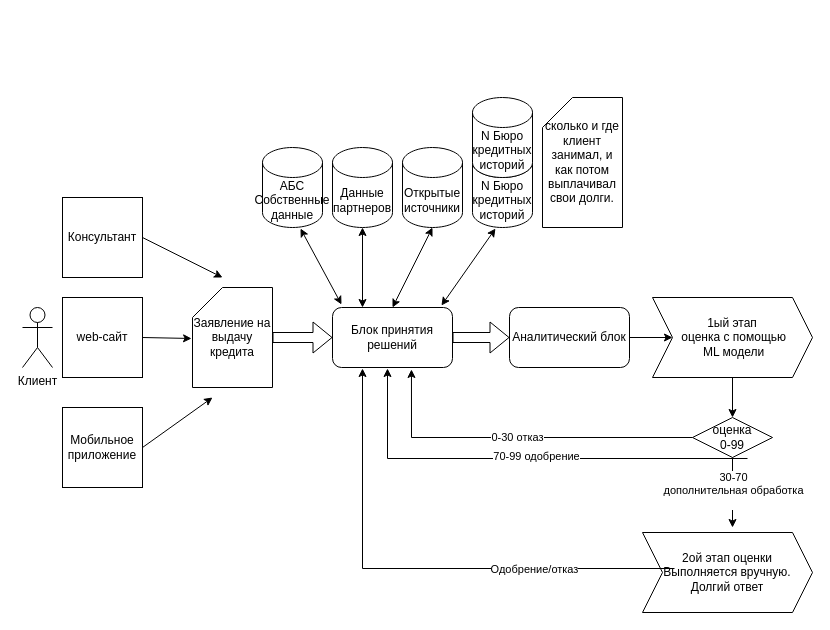
The draw.io diagram Диаграмма без названия.drawio in audetv/skilbox-data-scientist, before the edit. Source tidied: cells renumbered, new cells numbered last; positions are measured from the earlier drawing's top-left corner, leaving out a move shared by most shapes. Both pictures are drawn from the tidied source at 100%, with x=0, y=0 at pixel (22, 97).
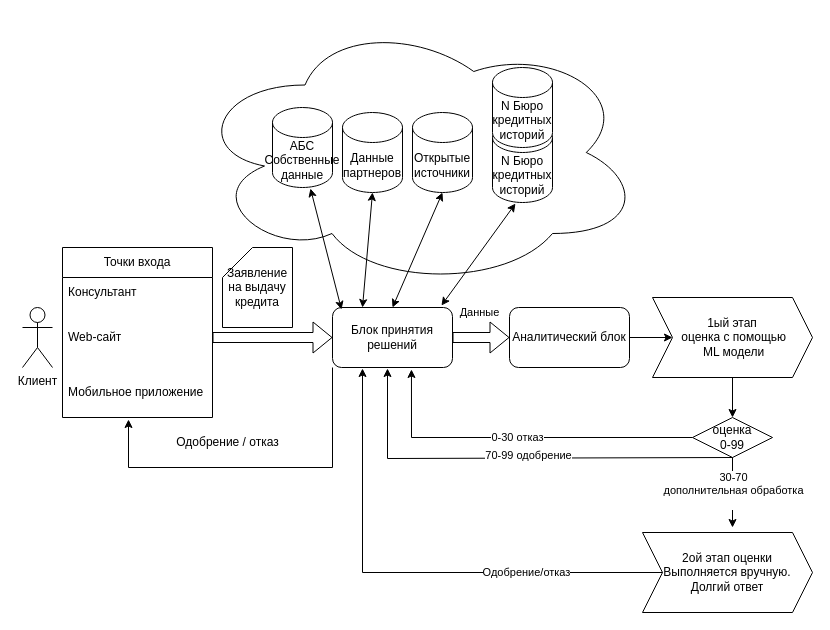
After the change.

Unchanged cells that the change refers to:
```xml
<mxCell id="10" value="Блок принятия решений" style="rounded=1;whiteSpace=wrap;html=1;" parent="1" vertex="1">
  <mxGeometry x="310" y="210" width="120" height="60" as="geometry" />
</mxCell>
<mxCell id="24" style="shape=flexArrow;endArrow=classic;html=1;rounded=0;exitX=1;exitY=0.5;exitDx=0;exitDy=0;entryX=0;entryY=0.5;entryDx=0;entryDy=0;" parent="1" edge="1" source="10" target="23">
  <mxGeometry relative="1" as="geometry" />
</mxCell>
<mxCell id="28" value="2ой этап оценки&lt;div&gt;Выполняется вручную. Долгий ответ&lt;/div&gt;" style="shape=step;perimeter=stepPerimeter;whiteSpace=wrap;html=1;fixedSize=1;" parent="1" vertex="1">
  <mxGeometry x="620" y="435" width="170" height="80" as="geometry" />
</mxCell>
```

What changed in the source:
```diff
@@
-    <mxCell id="2" value="Консультант" style="whiteSpace=wrap;html=1;" parent="1" vertex="1">
-      <mxGeometry x="40" y="100" width="80" height="80" as="geometry" />
-    </mxCell>
-    <mxCell id="3" value="web-сайт" style="whiteSpace=wrap;html=1;" parent="1" vertex="1">
-      <mxGeometry x="40" y="200" width="80" height="80" as="geometry" />
-    </mxCell>
-    <mxCell id="4" value="Мобильное приложение" style="whiteSpace=wrap;html=1;" parent="1" vertex="1">
-      <mxGeometry x="40" y="310" width="80" height="80" as="geometry" />
-    </mxCell>
+    <mxCell id="37" style="ellipse;shape=cloud;whiteSpace=wrap;html=1;" parent="1" vertex="1">
+      <mxGeometry x="170" y="-80" width="450" height="270" as="geometry" />
+    </mxCell>
     <mxCell id="5" value="Заявление на выдачу кредита" style="shape=card;whiteSpace=wrap;html=1;" parent="1" vertex="1">
-      <mxGeometry x="170" y="190" width="80" height="100" as="geometry" />
+      <mxGeometry x="200" y="150" width="70" height="80" as="geometry" />
     </mxCell>
-    <mxCell id="6" style="endArrow=classic;html=1;rounded=0;exitX=1;exitY=0.5;exitDx=0;exitDy=0;" parent="1" edge="1" source="2">
-      <mxGeometry relative="1" as="geometry">
-        <mxPoint x="200" y="180" as="targetPoint" />
-      </mxGeometry>
-    </mxCell>
-    <mxCell id="7" style="endArrow=classic;html=1;rounded=0;exitX=1;exitY=0.5;exitDx=0;exitDy=0;entryX=-0.012;entryY=0.51;entryDx=0;entryDy=0;entryPerimeter=0;" parent="1" edge="1" source="3" target="5">
-      <mxGeometry relative="1" as="geometry" />
-    </mxCell>
-    <mxCell id="8" style="endArrow=classic;html=1;rounded=0;exitX=1;exitY=0.5;exitDx=0;exitDy=0;" parent="1" edge="1" source="4">
-      <mxGeometry relative="1" as="geometry">
-        <mxPoint x="190" y="300" as="targetPoint" />
-      </mxGeometry>
-    </mxCell>
@@
-    <mxCell id="11" style="shape=flexArrow;endArrow=classic;html=1;rounded=0;exitX=1;exitY=0.5;exitDx=0;exitDy=0;exitPerimeter=0;" parent="1" edge="1" target="10">
-      <mxGeometry relative="1" as="geometry">
-        <mxPoint x="250" y="240" as="sourcePoint" />
-      </mxGeometry>
+    <mxCell id="11" style="shape=flexArrow;endArrow=classic;html=1;rounded=0;exitX=1;exitY=0.5;exitDx=0;exitDy=0;exitPerimeter=0;" parent="1" edge="1" source="40" target="10">
+      <mxGeometry relative="1" as="geometry" />
     </mxCell>
     <mxCell id="12" value="АБС&lt;div&gt;Собственные данные&lt;/div&gt;" style="shape=cylinder3;whiteSpace=wrap;html=1;boundedLbl=1;backgroundOutline=1;size=15;" parent="1" vertex="1">
-      <mxGeometry x="240" y="50" width="60" height="80" as="geometry" />
+      <mxGeometry x="250" y="10" width="60" height="80" as="geometry" />
     </mxCell>
     <mxCell id="13" value="Данные партнеров" style="shape=cylinder3;whiteSpace=wrap;html=1;boundedLbl=1;backgroundOutline=1;size=15;" parent="1" vertex="1">
-      <mxGeometry x="310" y="50" width="60" height="80" as="geometry" />
+      <mxGeometry x="320" y="15" width="60" height="80" as="geometry" />
     </mxCell>
     <mxCell id="14" value="Открытые источники" style="shape=cylinder3;whiteSpace=wrap;html=1;boundedLbl=1;backgroundOutline=1;size=15;" parent="1" vertex="1">
-      <mxGeometry x="380" y="50" width="60" height="80" as="geometry" />
+      <mxGeometry x="390" y="15" width="60" height="80" as="geometry" />
     </mxCell>
     <mxCell id="15" value="N Бюро кредитных историй" style="shape=cylinder3;whiteSpace=wrap;html=1;boundedLbl=1;backgroundOutline=1;size=15;" parent="1" vertex="1">
-      <mxGeometry x="450" y="50" width="60" height="80" as="geometry" />
+      <mxGeometry x="470" y="25" width="60" height="80" as="geometry" />
     </mxCell>
     <mxCell id="16" value="N Бюро кредитных историй" style="shape=cylinder3;whiteSpace=wrap;html=1;boundedLbl=1;backgroundOutline=1;size=15;" parent="1" vertex="1">
-      <mxGeometry x="450" width="60" height="80" as="geometry" />
+      <mxGeometry x="470" y="-30" width="60" height="80" as="geometry" />
     </mxCell>
-    <mxCell id="17" style="endArrow=classic;startArrow=classic;html=1;rounded=0;entryX=0.633;entryY=1.013;entryDx=0;entryDy=0;entryPerimeter=0;exitX=0.075;exitY=-0.05;exitDx=0;exitDy=0;exitPerimeter=0;" parent="1" edge="1" source="10" target="12">
+    <mxCell id="17" style="endArrow=classic;startArrow=classic;html=1;rounded=0;entryX=0.633;entryY=1.013;entryDx=0;entryDy=0;entryPerimeter=0;exitX=0.075;exitY=0.033;exitDx=0;exitDy=0;exitPerimeter=0;" parent="1" edge="1" source="10" target="12">
       <mxGeometry relative="1" as="geometry" />
     </mxCell>
@@
-    <mxCell id="21" value="сколько и где клиент занимал, и как потом выплачивал свои долги." style="shape=card;whiteSpace=wrap;html=1;" parent="1" vertex="1">
-      <mxGeometry x="520" width="80" height="130" as="geometry" />
-    </mxCell>
@@
+    <mxCell id="38" value="Данные" style="edgeLabel;html=1;align=center;verticalAlign=middle;" parent="24" vertex="1">
+      <mxGeometry x="-0.3" y="4" relative="1" as="geometry">
+        <mxPoint x="6" y="-22" as="offset" />
+      </mxGeometry>
+    </mxCell>
@@
-    <mxCell id="31" style="endArrow=classic;html=1;rounded=0;exitX=0.5;exitY=1;exitDx=0;exitDy=0;entryX=0.333;entryY=1;entryDx=0;entryDy=0;entryPerimeter=0;" parent="1" edge="1">
+    <mxCell id="31" style="endArrow=classic;html=1;rounded=0;entryX=0.333;entryY=1;entryDx=0;entryDy=0;entryPerimeter=0;" parent="1" edge="1">
       <mxGeometry relative="1" as="geometry">
-        <mxPoint x="725" y="361" as="sourcePoint" />
+        <mxPoint x="710" y="360" as="sourcePoint" />
         <mxPoint x="365" y="271" as="targetPoint" />
         <Array as="points">
           <mxPoint x="365" y="361" />
         </Array>
       </mxGeometry>
     </mxCell>
@@
-    <mxCell id="35" style="endArrow=classic;html=1;rounded=0;exitX=0;exitY=0.5;exitDx=0;exitDy=0;entryX=0.15;entryY=1.083;entryDx=0;entryDy=0;entryPerimeter=0;" parent="1" edge="1">
+    <mxCell id="35" style="endArrow=classic;html=1;rounded=0;entryX=0.15;entryY=1.083;entryDx=0;entryDy=0;entryPerimeter=0;exitX=0;exitY=0.5;exitDx=0;exitDy=0;" parent="1" edge="1" source="28">
       <mxGeometry relative="1" as="geometry">
-        <mxPoint x="652" y="471" as="sourcePoint" />
         <mxPoint x="340" y="271" as="targetPoint" />
         <Array as="points">
-          <mxPoint x="340" y="471" />
+          <mxPoint x="340" y="475" />
         </Array>
       </mxGeometry>
     </mxCell>
     <mxCell id="36" value="Одобрение/отказ" style="edgeLabel;html=1;align=center;verticalAlign=middle;" parent="35" vertex="1">
       <mxGeometry x="0.04" y="-3" relative="1" as="geometry">
-        <mxPoint x="125" y="3" as="offset" />
+        <mxPoint x="125" y="2" as="offset" />
       </mxGeometry>
     </mxCell>
+    <mxCell id="39" value="Точки входа" style="swimlane;fontStyle=0;horizontal=1;startSize=30;whiteSpace=wrap;html=1;" parent="1" vertex="1">
+      <mxGeometry x="40" y="150" width="150" height="170" as="geometry" />
+    </mxCell>
+    <mxCell id="2" value="Консультант" style="text;strokeColor=none;fillColor=none;align=left;verticalAlign=middle;spacingLeft=4;spacingRight=4;overflow=hidden;points=[[0,0.5],[1,0.5]];portConstraint=eastwest;whiteSpace=wrap;html=1;" parent="39" vertex="1">
+      <mxGeometry y="30" width="150" height="30" as="geometry" />
+    </mxCell>
+    <mxCell id="40" value="Web-сайт" style="text;strokeColor=none;fillColor=none;align=left;verticalAlign=middle;spacingLeft=4;spacingRight=4;overflow=hidden;points=[[0,0.5],[1,0.5]];portConstraint=eastwest;whiteSpace=wrap;html=1;" parent="39" vertex="1">
+      <mxGeometry y="60" width="150" height="60" as="geometry" />
+    </mxCell>
+    <mxCell id="4" value="Мобильное приложение" style="text;strokeColor=none;fillColor=none;align=left;verticalAlign=middle;spacingLeft=4;spacingRight=4;overflow=hidden;points=[[0,0.5],[1,0.5]];portConstraint=eastwest;whiteSpace=wrap;html=1;" parent="39" vertex="1">
+      <mxGeometry y="120" width="150" height="50" as="geometry" />
+    </mxCell>
+    <mxCell id="41" style="endArrow=classic;html=1;rounded=0;exitX=0;exitY=1;exitDx=0;exitDy=0;entryX=0.44;entryY=1.04;entryDx=0;entryDy=0;entryPerimeter=0;" parent="1" edge="1" source="10" target="4">
+      <mxGeometry relative="1" as="geometry">
+        <Array as="points">
+          <mxPoint x="310" y="370" />
+          <mxPoint x="106" y="370" />
+        </Array>
+      </mxGeometry>
+    </mxCell>
+    <mxCell id="42" value="Одобрение / отказ" style="text;html=1;align=center;verticalAlign=middle;strokeColor=none;fillColor=none;" parent="1" vertex="1">
+      <mxGeometry x="140" y="330" width="130" height="30" as="geometry" />
+    </mxCell>
```
